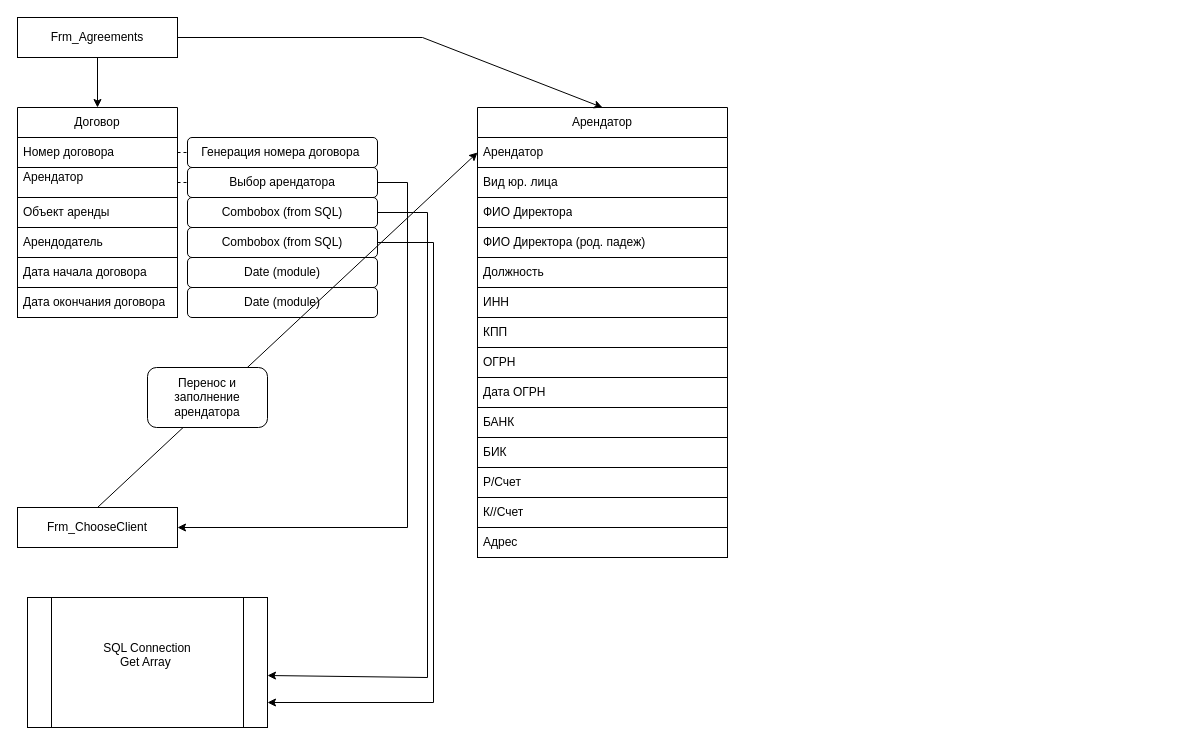
Above: Программа в EXCEL.drawio in dstalev-afk/Diagrams (draw.io), before the change. Source tidied: cells renumbered, new cells numbered last; positions are measured from the earlier drawing's top-left corner, leaving out a move shared by most shapes. Both pictures are drawn from the tidied source at 100%, with x=0, y=0 at pixel (17, 17).
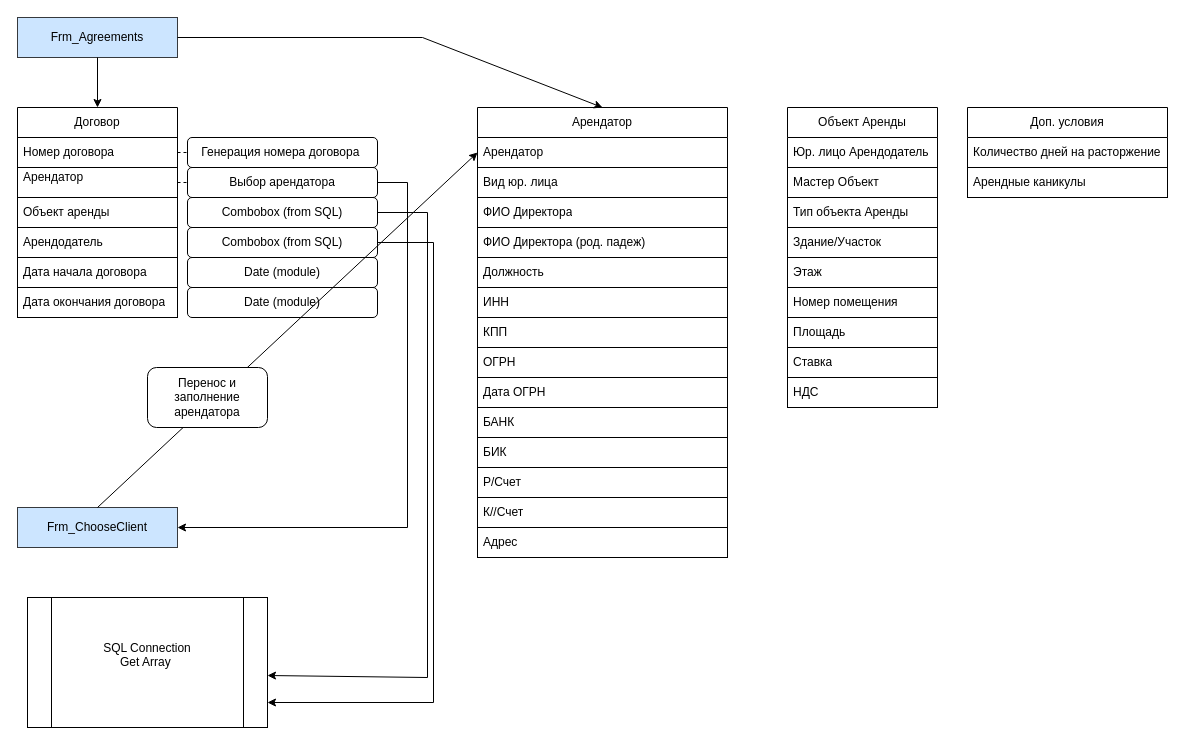
The same page after the edit.

Change to the diagram source:
```diff
@@
-    <mxCell id="2" value="Frm_Agreements" style="rounded=0;whiteSpace=wrap;html=1;" parent="1" vertex="1">
+    <mxCell id="2" value="Frm_Agreements" style="rounded=0;whiteSpace=wrap;html=1;fillColor=#cce5ff;strokeColor=#36393d;" parent="1" vertex="1">
       <mxGeometry width="160" height="40" as="geometry" />
     </mxCell>
@@
-    <mxCell id="30" value="Frm_ChooseClient" style="rounded=0;whiteSpace=wrap;html=1;" parent="1" vertex="1">
+    <mxCell id="30" value="Frm_ChooseClient" style="rounded=0;whiteSpace=wrap;html=1;fillColor=#cce5ff;strokeColor=#36393d;" parent="1" vertex="1">
       <mxGeometry y="490" width="160" height="40" as="geometry" />
     </mxCell>
@@
+    <mxCell id="42" value="Объект Аренды" style="swimlane;fontStyle=0;horizontal=1;startSize=30;whiteSpace=wrap;html=1;" parent="1" vertex="1">
+      <mxGeometry x="770" y="90" width="150" height="300" as="geometry" />
+    </mxCell>
+    <mxCell id="43" value="Юр. лицо Арендодатель" style="text;strokeColor=none;fillColor=none;align=left;verticalAlign=middle;spacingLeft=4;spacingRight=4;overflow=hidden;whiteSpace=wrap;html=1;" parent="42" vertex="1">
+      <mxGeometry y="30" width="150" height="30" as="geometry" />
+    </mxCell>
+    <mxCell id="44" value="&lt;div&gt;Мастер Объект&lt;span style=&quot;white-space: pre;&quot;&gt;&#9;&lt;/span&gt;&lt;/div&gt;" style="text;strokeColor=default;fillColor=none;align=left;verticalAlign=middle;spacingLeft=4;spacingRight=4;overflow=hidden;whiteSpace=wrap;html=1;" parent="42" vertex="1">
+      <mxGeometry y="60" width="150" height="30" as="geometry" />
+    </mxCell>
+    <mxCell id="45" value="Тип объекта Аренды" style="text;strokeColor=default;fillColor=none;align=left;verticalAlign=middle;spacingLeft=4;spacingRight=4;overflow=hidden;whiteSpace=wrap;html=1;" parent="42" vertex="1">
+      <mxGeometry y="90" width="150" height="30" as="geometry" />
+    </mxCell>
+    <mxCell id="46" value="Здание/Участок" style="text;strokeColor=default;fillColor=none;align=left;verticalAlign=middle;spacingLeft=4;spacingRight=4;overflow=hidden;whiteSpace=wrap;html=1;" parent="42" vertex="1">
+      <mxGeometry y="120" width="150" height="30" as="geometry" />
+    </mxCell>
+    <mxCell id="47" value="Этаж&lt;span style=&quot;white-space: pre;&quot;&gt;&#9;&lt;/span&gt;" style="text;strokeColor=default;fillColor=none;align=left;verticalAlign=middle;spacingLeft=4;spacingRight=4;overflow=hidden;whiteSpace=wrap;html=1;" parent="42" vertex="1">
+      <mxGeometry y="150" width="150" height="30" as="geometry" />
+    </mxCell>
+    <mxCell id="48" value="Номер помещения" style="text;strokeColor=default;fillColor=none;align=left;verticalAlign=middle;spacingLeft=4;spacingRight=4;overflow=hidden;whiteSpace=wrap;html=1;" parent="42" vertex="1">
+      <mxGeometry y="180" width="150" height="30" as="geometry" />
+    </mxCell>
+    <mxCell id="49" value="Площадь" style="text;strokeColor=default;fillColor=none;align=left;verticalAlign=middle;spacingLeft=4;spacingRight=4;overflow=hidden;whiteSpace=wrap;html=1;" parent="42" vertex="1">
+      <mxGeometry y="210" width="150" height="30" as="geometry" />
+    </mxCell>
+    <mxCell id="50" value="Ставка" style="text;strokeColor=default;fillColor=none;align=left;verticalAlign=middle;spacingLeft=4;spacingRight=4;overflow=hidden;whiteSpace=wrap;html=1;" parent="42" vertex="1">
+      <mxGeometry y="240" width="150" height="30" as="geometry" />
+    </mxCell>
+    <mxCell id="51" value="НДС" style="text;strokeColor=default;fillColor=none;align=left;verticalAlign=middle;spacingLeft=4;spacingRight=4;overflow=hidden;whiteSpace=wrap;html=1;" parent="42" vertex="1">
+      <mxGeometry y="270" width="150" height="30" as="geometry" />
+    </mxCell>
+    <mxCell id="52" value="Доп. условия" style="swimlane;fontStyle=0;horizontal=1;startSize=30;whiteSpace=wrap;html=1;" parent="1" vertex="1">
+      <mxGeometry x="950" y="90" width="200" height="90" as="geometry" />
+    </mxCell>
+    <mxCell id="53" value="Количество дней на расторжение" style="text;strokeColor=none;fillColor=none;align=left;verticalAlign=middle;spacingLeft=4;spacingRight=4;overflow=hidden;whiteSpace=wrap;html=1;" parent="52" vertex="1">
+      <mxGeometry y="30" width="200" height="30" as="geometry" />
+    </mxCell>
+    <mxCell id="54" value="Арендные каникулы" style="text;strokeColor=default;fillColor=none;align=left;verticalAlign=middle;spacingLeft=4;spacingRight=4;overflow=hidden;whiteSpace=wrap;html=1;" parent="52" vertex="1">
+      <mxGeometry y="60" width="200" height="30" as="geometry" />
+    </mxCell>
```
